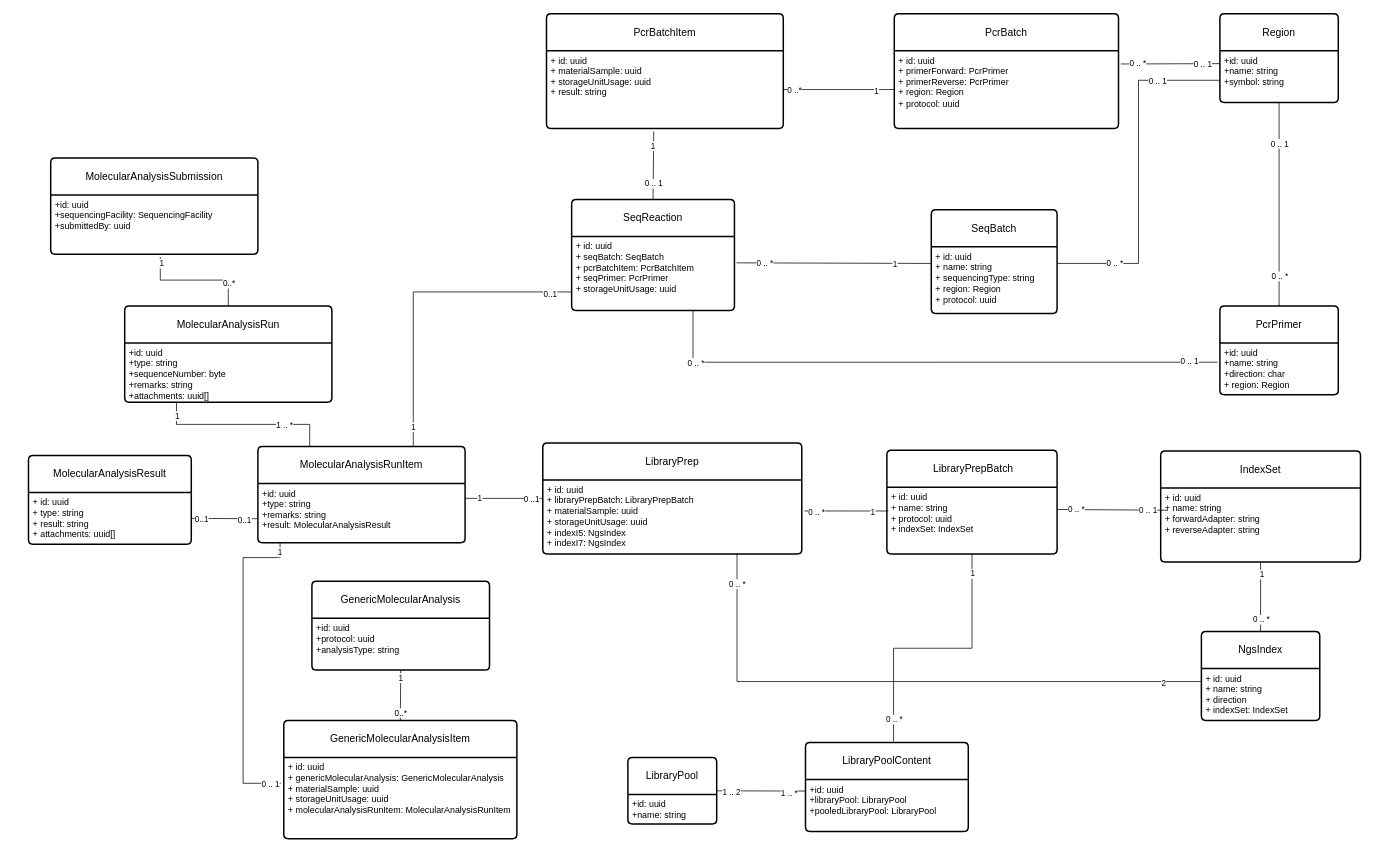
AAFC-BICoE/seqdb-api keeps this draw.io diagram as docs/sequencingModule.drawio. Above is the earlier version. Source tidied: cells renumbered, new cells numbered last; positions are measured from the earlier drawing's top-left corner, leaving out a move shared by most shapes. Both pictures are drawn from the tidied source at 74%, with x=0, y=0 at pixel (28, 13).
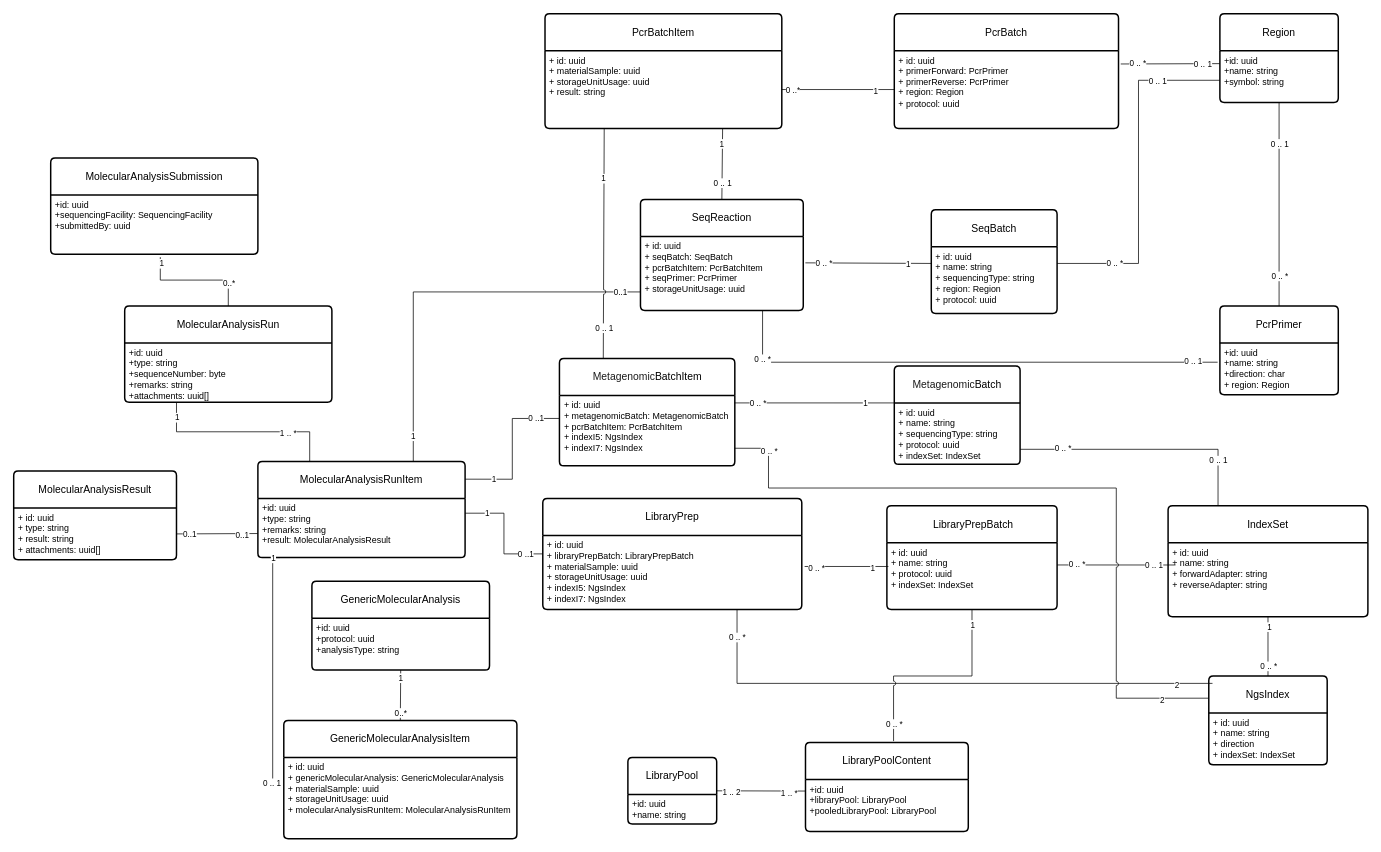
The same page after the edit.

Unchanged cells that the change refers to:
```xml
<mxCell id="3" value="+ id: uuid&lt;br&gt;+ materialSample: uuid&lt;br&gt;+ storageUnitUsage: uuid&lt;div&gt;+ result: string&lt;/div&gt;" style="align=left;strokeColor=none;fillColor=none;spacingLeft=4;fontSize=12;verticalAlign=top;html=1;" parent="2" vertex="1">
  <mxGeometry y="50" width="320" height="105" as="geometry" />
</mxCell>
<mxCell id="9" value="+id: uuid&lt;br&gt;+name: string&lt;br&gt;+direction: char&lt;div&gt;+ region: Region&lt;/div&gt;" style="align=left;strokeColor=none;fillColor=none;spacingLeft=4;fontSize=12;verticalAlign=top;html=1;" parent="8" vertex="1">
  <mxGeometry y="50" width="160" height="70" as="geometry" />
</mxCell>
<mxCell id="22" value="+ id: uuid&lt;br&gt;+ seqBatch: SeqBatch&lt;br&gt;+ pcrBatchItem: PcrBatchItem&lt;div&gt;+ seqPrimer: PcrPrimer&lt;/div&gt;&lt;div&gt;+&amp;nbsp;storageUnitUsage: uuid&lt;/div&gt;" style="align=left;strokeColor=none;fillColor=none;spacingLeft=4;fontSize=12;verticalAlign=top;html=1;" parent="21" vertex="1">
  <mxGeometry y="50" width="220" height="100" as="geometry" />
</mxCell>
<mxCell id="36" value="+ id: uuid&lt;br&gt;+ libraryPrepBatch: LibraryPrepBatch&lt;br&gt;+&amp;nbsp;materialSample: uuid&lt;div&gt;+&amp;nbsp;storageUnitUsage: uuid&lt;/div&gt;&lt;div&gt;+&amp;nbsp;indexI5: NgsIndex&lt;/div&gt;&lt;div&gt;+&amp;nbsp;indexI7: NgsIndex&lt;/div&gt;" style="align=left;strokeColor=none;fillColor=none;spacingLeft=4;fontSize=12;verticalAlign=top;html=1;" parent="35" vertex="1">
  <mxGeometry y="50" width="350" height="100" as="geometry" />
</mxCell>
<mxCell id="38" value="+ id: uuid&lt;br&gt;+ name: string&lt;br&gt;+ protocol: uuid&lt;div&gt;+&amp;nbsp;indexSet: IndexSet&lt;/div&gt;" style="align=left;strokeColor=none;fillColor=none;spacingLeft=4;fontSize=12;verticalAlign=top;html=1;" parent="37" vertex="1">
  <mxGeometry y="50" width="230" height="90" as="geometry" />
</mxCell>
<mxCell id="42" value="+ id: uuid&lt;br&gt;+ name: string&lt;br&gt;+ direction&lt;div&gt;+ indexSet: IndexSet&lt;/div&gt;" style="align=left;strokeColor=none;fillColor=none;spacingLeft=4;fontSize=12;verticalAlign=top;html=1;" parent="41" vertex="1">
  <mxGeometry y="50" width="160" height="70" as="geometry" />
</mxCell>
<mxCell id="58" value="+ id: uuid&lt;div style=&quot;&quot;&gt;+ g&lt;span style=&quot;text-align: center; text-wrap: wrap;&quot;&gt;enericMolecularAnalysis:&amp;nbsp;&lt;/span&gt;&lt;span style=&quot;text-align: center; text-wrap: wrap;&quot;&gt;GenericMolecularAnalysis&lt;/span&gt;&lt;br&gt;+&amp;nbsp;materialSample: uuid&lt;div&gt;+&amp;nbsp;storageUnitUsage: uuid&lt;/div&gt;&lt;div&gt;+ molecularAnalysisRunItem: M&lt;span style=&quot;background-color: initial;&quot;&gt;olecularAnalysisRunItem&lt;/span&gt;&lt;/div&gt;&lt;/div&gt;" style="align=left;strokeColor=none;fillColor=none;spacingLeft=4;fontSize=12;verticalAlign=top;html=1;" parent="57" vertex="1">
  <mxGeometry y="50" width="315" height="110" as="geometry" />
</mxCell>
<mxCell id="72" value="+id: uuid&lt;br&gt;+type: string&lt;br&gt;+remarks: string&lt;div&gt;+result: MolecularAnalysisResult&lt;/div&gt;" style="align=left;strokeColor=none;fillColor=none;spacingLeft=4;fontSize=12;verticalAlign=top;html=1;" parent="71" vertex="1">
  <mxGeometry y="50" width="280" height="80" as="geometry" />
</mxCell>
<mxCell id="73" style="endArrow=none;html=1;rounded=0;exitX=0.75;exitY=0;exitDx=0;exitDy=0;entryX=0;entryY=0.75;entryDx=0;entryDy=0;edgeStyle=orthogonalEdgeStyle;" parent="1" edge="1" source="71" target="22">
  <mxGeometry relative="1" as="geometry" />
</mxCell>
<mxCell id="84" value="LibraryPoolContent" style="swimlane;horizontal=1;startSize=50;rounded=1;fontSize=14;fontStyle=0;strokeWidth=2;shadow=0;dashed=0;align=center;arcSize=4;whiteSpace=wrap;html=1;" parent="1" vertex="1">
  <mxGeometry x="1050" y="985" width="220" height="120" as="geometry" />
</mxCell>
```

Change to the diagram source:
```diff
@@
     <mxCell id="2" value="PcrBatchItem" style="swimlane;horizontal=1;startSize=50;rounded=1;fontSize=14;fontStyle=0;strokeWidth=2;shadow=0;dashed=0;align=center;arcSize=4;whiteSpace=wrap;html=1;" parent="1" vertex="1">
-      <mxGeometry x="700" width="320" height="155" as="geometry" />
+      <mxGeometry x="698" width="320" height="155" as="geometry" />
     </mxCell>
@@
     <mxCell id="21" value="SeqReaction" style="swimlane;horizontal=1;startSize=50;rounded=1;fontSize=14;fontStyle=0;strokeWidth=2;shadow=0;dashed=0;align=center;arcSize=4;whiteSpace=wrap;html=1;" parent="1" vertex="1">
-      <mxGeometry x="734" y="251" width="220" height="150" as="geometry" />
+      <mxGeometry x="827" y="251" width="220" height="150" as="geometry" />
     </mxCell>
@@
-    <mxCell id="26" style="endArrow=none;html=1;rounded=0;exitX=0.5;exitY=0;exitDx=0;exitDy=0;entryX=0.453;entryY=1.038;entryDx=0;entryDy=0;entryPerimeter=0;" parent="1" edge="1" source="21" target="3">
+    <mxCell id="26" style="endArrow=none;html=1;rounded=0;exitX=0.5;exitY=0;exitDx=0;exitDy=0;entryX=0.75;entryY=1;entryDx=0;entryDy=0;" parent="1" edge="1" source="21" target="3">
       <mxGeometry relative="1" as="geometry" />
     </mxCell>
@@
     <mxCell id="29" style="endArrow=none;html=1;rounded=0;exitX=0.75;exitY=1;exitDx=0;exitDy=0;entryX=-0.019;entryY=0.371;entryDx=0;entryDy=0;entryPerimeter=0;edgeStyle=orthogonalEdgeStyle;" parent="1" edge="1" source="22" target="9">
       <mxGeometry relative="1" as="geometry">
         <Array as="points">
-          <mxPoint x="898" y="471" />
+          <mxPoint x="992" y="471" />
         </Array>
       </mxGeometry>
     </mxCell>
@@
     <mxCell id="35" value="LibraryPrep" style="swimlane;horizontal=1;startSize=50;rounded=1;fontSize=14;fontStyle=0;strokeWidth=2;shadow=0;dashed=0;align=center;arcSize=4;whiteSpace=wrap;html=1;" parent="1" vertex="1">
-      <mxGeometry x="695" y="580" width="350" height="150" as="geometry" />
+      <mxGeometry x="695" y="655" width="350" height="150" as="geometry" />
     </mxCell>
@@
     <mxCell id="37" value="&amp;nbsp;LibraryPrepBatch" style="swimlane;horizontal=1;startSize=50;rounded=1;fontSize=14;fontStyle=0;strokeWidth=2;shadow=0;dashed=0;align=center;arcSize=4;whiteSpace=wrap;html=1;" parent="1" vertex="1">
-      <mxGeometry x="1160" y="590" width="230" height="140" as="geometry" />
+      <mxGeometry x="1160" y="665" width="230" height="140" as="geometry" />
     </mxCell>
@@
     <mxCell id="39" value="IndexSet" style="swimlane;horizontal=1;startSize=50;rounded=1;fontSize=14;fontStyle=0;strokeWidth=2;shadow=0;dashed=0;align=center;arcSize=4;whiteSpace=wrap;html=1;" parent="1" vertex="1">
-      <mxGeometry x="1530" y="591" width="270" height="150" as="geometry" />
+      <mxGeometry x="1540" y="665" width="270" height="150" as="geometry" />
     </mxCell>
@@
     <mxCell id="41" value="NgsIndex" style="swimlane;horizontal=1;startSize=50;rounded=1;fontSize=14;fontStyle=0;strokeWidth=2;shadow=0;dashed=0;align=center;arcSize=4;whiteSpace=wrap;html=1;" parent="1" vertex="1">
-      <mxGeometry x="1585" y="835" width="160" height="120" as="geometry" />
+      <mxGeometry x="1595" y="895" width="160" height="120" as="geometry" />
     </mxCell>
@@
-    <mxCell id="52" style="endArrow=none;html=1;rounded=0;exitX=0.75;exitY=1;exitDx=0;exitDy=0;entryX=0;entryY=0.25;entryDx=0;entryDy=0;edgeStyle=orthogonalEdgeStyle;" parent="1" edge="1" source="36" target="42">
-      <mxGeometry relative="1" as="geometry" />
+    <mxCell id="52" style="endArrow=none;html=1;rounded=0;exitX=0.75;exitY=1;exitDx=0;exitDy=0;edgeStyle=orthogonalEdgeStyle;jumpStyle=arc;" parent="1" edge="1" source="36">
+      <mxGeometry relative="1" as="geometry">
+        <mxPoint x="1600" y="905" as="targetPoint" />
+        <Array as="points">
+          <mxPoint x="958" y="905" />
+        </Array>
+      </mxGeometry>
     </mxCell>
@@
     <mxCell id="55" value="MolecularAnalysisResult" style="swimlane;horizontal=1;startSize=50;rounded=1;fontSize=14;fontStyle=0;strokeWidth=2;shadow=0;dashed=0;align=center;arcSize=4;whiteSpace=wrap;html=1;" parent="1" vertex="1">
-      <mxGeometry y="597" width="220" height="120" as="geometry" />
+      <mxGeometry x="-20" y="618" width="220" height="120" as="geometry" />
     </mxCell>
@@
     <mxCell id="71" value="MolecularAnalysisRunItem" style="swimlane;horizontal=1;startSize=50;rounded=1;fontSize=14;fontStyle=0;strokeWidth=2;shadow=0;dashed=0;align=center;arcSize=4;whiteSpace=wrap;html=1;" parent="1" vertex="1">
-      <mxGeometry x="310" y="585" width="280" height="130" as="geometry" />
+      <mxGeometry x="310" y="605" width="280" height="130" as="geometry" />
     </mxCell>
@@
     <mxCell id="75" value="0..1" style="edgeLabel;html=1;align=center;verticalAlign=middle;" parent="73" vertex="1">
-      <mxGeometry x="0.86" y="-3" relative="1" as="geometry" />
+      <mxGeometry x="0.86" y="-3" relative="1" as="geometry">
+        <mxPoint x="10" y="-4" as="offset" />
+      </mxGeometry>
     </mxCell>
@@
-    <mxCell id="86" style="endArrow=none;html=1;rounded=0;entryX=0.5;entryY=1;entryDx=0;entryDy=0;exitX=0.541;exitY=-0.017;exitDx=0;exitDy=0;exitPerimeter=0;edgeStyle=orthogonalEdgeStyle;" parent="1" edge="1" source="84" target="38">
+    <mxCell id="86" style="endArrow=none;html=1;rounded=0;entryX=0.5;entryY=1;entryDx=0;entryDy=0;exitX=0.541;exitY=-0.017;exitDx=0;exitDy=0;exitPerimeter=0;edgeStyle=orthogonalEdgeStyle;jumpStyle=arc;" parent="1" edge="1" source="84" target="38">
       <mxGeometry relative="1" as="geometry" />
     </mxCell>
@@
     <mxCell id="92" style="endArrow=none;html=1;rounded=0;entryX=-0.013;entryY=0.318;entryDx=0;entryDy=0;entryPerimeter=0;exitX=0.107;exitY=1;exitDx=0;exitDy=0;exitPerimeter=0;edgeStyle=orthogonalEdgeStyle;" parent="1" edge="1" source="72" target="58">
       <mxGeometry relative="1" as="geometry">
         <Array as="points">
-          <mxPoint x="340" y="735" />
-          <mxPoint x="290" y="735" />
-          <mxPoint x="290" y="1040" />
+          <mxPoint x="330" y="735" />
+          <mxPoint x="330" y="1040" />
         </Array>
       </mxGeometry>
     </mxCell>
@@
+    <mxCell id="98" value="&lt;font style=&quot;font-size: 14px;&quot;&gt;&lt;span style=&quot;color: rgb(27, 27, 27); text-align: start; background-color: rgb(255, 255, 255);&quot;&gt;&lt;font face=&quot;Helvetica&quot;&gt;Metagenomic&lt;/font&gt;&lt;/span&gt;Batch&lt;/font&gt;" style="swimlane;horizontal=1;startSize=50;rounded=1;fontSize=14;fontStyle=0;strokeWidth=2;shadow=0;dashed=0;align=center;arcSize=4;whiteSpace=wrap;html=1;" parent="1" vertex="1">
+      <mxGeometry x="1170" y="476" width="170" height="133" as="geometry" />
+    </mxCell>
+    <mxCell id="99" value="+ id: uuid&lt;br&gt;+ name: string&lt;div&gt;+ sequencingType: string&lt;/div&gt;&lt;div&gt;&lt;div&gt;+ protocol: uuid&lt;div&gt;+ indexSet: IndexSet&lt;/div&gt;&lt;/div&gt;&lt;/div&gt;" style="align=left;strokeColor=none;fillColor=none;spacingLeft=4;fontSize=12;verticalAlign=top;html=1;" parent="98" vertex="1">
+      <mxGeometry y="50" width="170" height="83" as="geometry" />
+    </mxCell>
+    <mxCell id="100" value="&lt;font style=&quot;font-size: 14px;&quot;&gt;&lt;span style=&quot;color: rgb(27, 27, 27); text-align: start; background-color: rgb(255, 255, 255);&quot;&gt;&lt;font face=&quot;Helvetica&quot;&gt;Metagenomic&lt;/font&gt;&lt;/span&gt;BatchItem&lt;/font&gt;" style="swimlane;horizontal=1;startSize=50;rounded=1;fontSize=14;fontStyle=0;strokeWidth=2;shadow=0;dashed=0;align=center;arcSize=4;whiteSpace=wrap;html=1;" parent="1" vertex="1">
+      <mxGeometry x="717.5" y="466" width="237" height="145" as="geometry" />
+    </mxCell>
+    <mxCell id="101" value="+ id: uuid&lt;br&gt;+ metagenomicBatch: MetagenomicBatch&lt;div&gt;+ pcrBatchItem: PcrBatchItem&lt;/div&gt;&lt;div&gt;+ indexI5: NgsIndex&lt;br&gt;&lt;div&gt;+ indexI7: NgsIndex&lt;/div&gt;&lt;/div&gt;" style="align=left;strokeColor=none;fillColor=none;spacingLeft=4;fontSize=12;verticalAlign=top;html=1;" parent="100" vertex="1">
+      <mxGeometry y="50" width="237" height="95" as="geometry" />
+    </mxCell>
+    <mxCell id="102" style="endArrow=none;html=1;rounded=0;exitX=1;exitY=0.105;exitDx=0;exitDy=0;entryX=0;entryY=0;entryDx=0;entryDy=0;exitPerimeter=0;" parent="1" edge="1" source="101" target="99">
+      <mxGeometry relative="1" as="geometry" />
+    </mxCell>
+    <mxCell id="103" value="1" style="edgeLabel;html=1;align=center;verticalAlign=middle;" parent="102" vertex="1">
+      <mxGeometry x="0.63" y="-1" relative="1" as="geometry" />
+    </mxCell>
+    <mxCell id="104" value="0 .. *" style="edgeLabel;html=1;align=center;verticalAlign=middle;" parent="102" vertex="1">
+      <mxGeometry x="-0.71" y="-1" relative="1" as="geometry" />
+    </mxCell>
+    <mxCell id="105" style="endArrow=none;html=1;rounded=0;entryX=0.25;entryY=1;entryDx=0;entryDy=0;exitX=0.25;exitY=0;exitDx=0;exitDy=0;jumpStyle=arc;" parent="1" edge="1" source="100" target="3">
+      <mxGeometry relative="1" as="geometry" />
+    </mxCell>
+    <mxCell id="106" value="0 .. 1" style="edgeLabel;html=1;align=center;verticalAlign=middle;" parent="105" vertex="1">
+      <mxGeometry x="-0.53" relative="1" as="geometry">
+        <mxPoint y="31" as="offset" />
+      </mxGeometry>
+    </mxCell>
+    <mxCell id="107" value="1" style="edgeLabel;html=1;align=center;verticalAlign=middle;" parent="105" vertex="1">
+      <mxGeometry x="0.56" y="1" relative="1" as="geometry" />
+    </mxCell>
+    <mxCell id="108" style="endArrow=none;html=1;rounded=0;exitX=1;exitY=0.755;exitDx=0;exitDy=0;entryX=0.25;entryY=0;entryDx=0;entryDy=0;exitPerimeter=0;edgeStyle=orthogonalEdgeStyle;" parent="1" edge="1" source="99" target="39">
+      <mxGeometry relative="1" as="geometry" />
+    </mxCell>
+    <mxCell id="109" value="0 .. 1" style="edgeLabel;html=1;align=center;verticalAlign=middle;" parent="108" vertex="1">
+      <mxGeometry x="0.64" relative="1" as="geometry" />
+    </mxCell>
+    <mxCell id="110" value="0 .. *" style="edgeLabel;html=1;align=center;verticalAlign=middle;" parent="108" vertex="1">
+      <mxGeometry x="-0.67" y="1" relative="1" as="geometry" />
+    </mxCell>
+    <mxCell id="111" style="endArrow=none;html=1;rounded=0;exitX=1;exitY=0.75;exitDx=0;exitDy=0;edgeStyle=orthogonalEdgeStyle;jumpStyle=arc;" parent="1" edge="1" source="101">
+      <mxGeometry relative="1" as="geometry">
+        <mxPoint x="1595" y="925" as="targetPoint" />
+        <Array as="points">
+          <mxPoint x="1000" y="587" />
+          <mxPoint x="1000" y="641" />
+          <mxPoint x="1470" y="641" />
+          <mxPoint x="1470" y="925" />
+        </Array>
+      </mxGeometry>
+    </mxCell>
+    <mxCell id="112" value="0 .. *" style="edgeLabel;html=1;align=center;verticalAlign=middle;" parent="111" vertex="1">
+      <mxGeometry x="-0.9" relative="1" as="geometry" />
+    </mxCell>
+    <mxCell id="113" value="2" style="edgeLabel;html=1;align=center;verticalAlign=middle;" parent="111" vertex="1">
+      <mxGeometry x="0.87" y="-1" relative="1" as="geometry">
+        <mxPoint y="1" as="offset" />
+      </mxGeometry>
+    </mxCell>
+    <mxCell id="114" style="endArrow=none;html=1;rounded=0;exitX=1;exitY=0.185;exitDx=0;exitDy=0;entryX=-0.002;entryY=0.326;entryDx=0;entryDy=0;edgeStyle=orthogonalEdgeStyle;exitPerimeter=0;entryPerimeter=0;" parent="1" edge="1" source="71" target="101">
+      <mxGeometry relative="1" as="geometry" />
+    </mxCell>
+    <mxCell id="115" value="0 ..1" style="edgeLabel;html=1;align=center;verticalAlign=middle;" parent="114" vertex="1">
+      <mxGeometry x="0.7" relative="1" as="geometry" />
+    </mxCell>
+    <mxCell id="116" value="1" style="edgeLabel;html=1;align=center;verticalAlign=middle;" parent="114" vertex="1">
+      <mxGeometry x="-0.64" y="1" relative="1" as="geometry" />
+    </mxCell>
```
